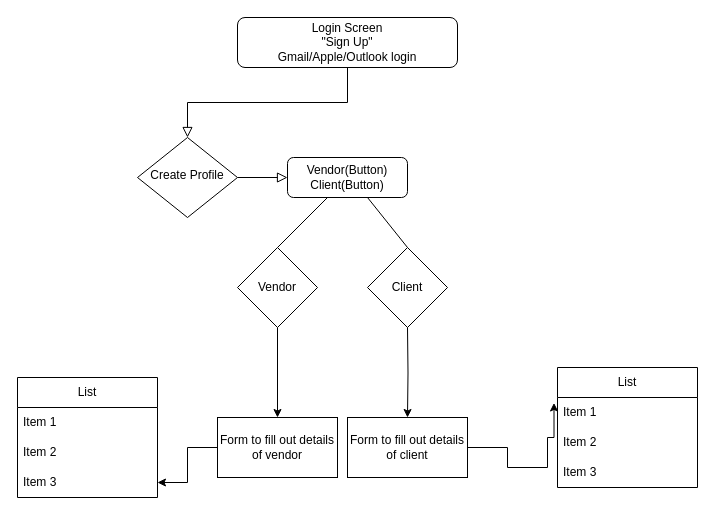
Above: Untitled Diagram.drawio in Silentox/Vendorgram (draw.io), before the change. Source tidied: cells renumbered, new cells numbered last; positions are measured from the earlier drawing's top-left corner, leaving out a move shared by most shapes. Both pictures are drawn from the tidied source at 100%, with x=0, y=0 at pixel (17, 17).
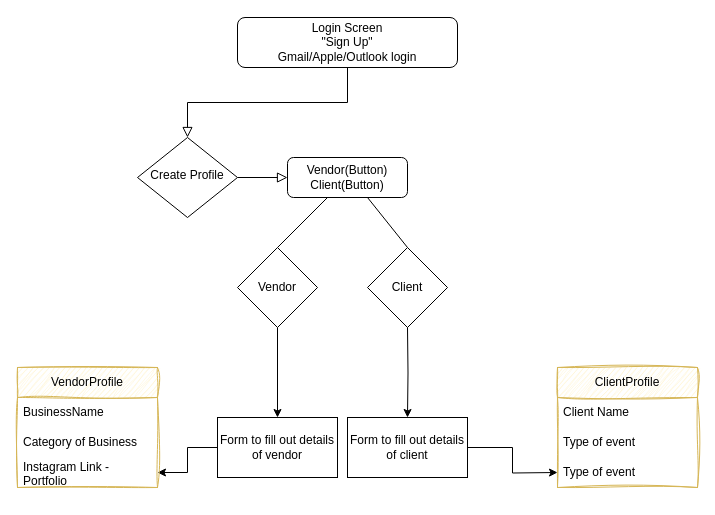
The same page after the edit.

The change refers to these unchanged cells:
```xml
<mxCell id="13" value="Form to fill out details of vendor" style="whiteSpace=wrap;html=1;" parent="1" vertex="1">
  <mxGeometry x="200" y="400" width="120" height="60" as="geometry" />
</mxCell>
<mxCell id="19" value="Form to fill out details of client" style="whiteSpace=wrap;html=1;" parent="1" vertex="1">
  <mxGeometry x="330" y="400" width="120" height="60" as="geometry" />
</mxCell>
```

Change to the diagram source:
```diff
@@
-    <mxCell id="12" style="edgeStyle=orthogonalEdgeStyle;rounded=0;jettySize=auto;html=1;" parent="1" edge="1" source="13" target="17">
-      <mxGeometry relative="1" as="geometry" />
-    </mxCell>
+    <mxCell id="25" style="edgeStyle=orthogonalEdgeStyle;rounded=0;jettySize=auto;html=1;" parent="1" edge="1" source="13" target="31">
+      <mxGeometry relative="1" as="geometry" />
+    </mxCell>
@@
-    <mxCell id="14" value="List" style="swimlane;fontStyle=0;horizontal=1;startSize=30;whiteSpace=wrap;html=1;" parent="1" vertex="1">
-      <mxGeometry y="360" width="140" height="120" as="geometry" />
-    </mxCell>
-    <mxCell id="15" value="Item 1" style="text;strokeColor=none;fillColor=none;align=left;verticalAlign=middle;spacingLeft=4;spacingRight=4;overflow=hidden;whiteSpace=wrap;html=1;" parent="14" vertex="1">
-      <mxGeometry y="30" width="140" height="30" as="geometry" />
-    </mxCell>
-    <mxCell id="16" value="Item 2" style="text;strokeColor=none;fillColor=none;align=left;verticalAlign=middle;spacingLeft=4;spacingRight=4;overflow=hidden;whiteSpace=wrap;html=1;" parent="14" vertex="1">
-      <mxGeometry y="60" width="140" height="30" as="geometry" />
-    </mxCell>
-    <mxCell id="17" value="Item 3" style="text;strokeColor=none;fillColor=none;align=left;verticalAlign=middle;spacingLeft=4;spacingRight=4;overflow=hidden;points=[[0,0.5],[1,0.5]];portConstraint=eastwest;whiteSpace=wrap;html=1;" parent="14" vertex="1">
-      <mxGeometry y="90" width="140" height="30" as="geometry" />
-    </mxCell>
@@
+    <mxCell id="26" style="edgeStyle=orthogonalEdgeStyle;rounded=0;jettySize=auto;html=1;" parent="1" edge="1" source="19">
+      <mxGeometry relative="1" as="geometry">
+        <mxPoint x="540" y="455" as="targetPoint" />
+      </mxGeometry>
+    </mxCell>
@@
-    <mxCell id="20" style="edgeStyle=orthogonalEdgeStyle;rounded=0;jettySize=auto;html=1;exitX=1;exitY=0.5;exitDx=0;exitDy=0;entryX=-0.025;entryY=0.182;entryDx=0;entryDy=0;entryPerimeter=0;" parent="1" edge="1" source="19" target="22">
-      <mxGeometry relative="1" as="geometry">
-        <Array as="points">
-          <mxPoint x="490" y="430" />
-          <mxPoint x="490" y="450" />
-          <mxPoint x="530" y="450" />
-          <mxPoint x="530" y="420" />
-          <mxPoint x="537" y="420" />
-        </Array>
-      </mxGeometry>
-    </mxCell>
-    <mxCell id="21" value="List" style="swimlane;fontStyle=0;horizontal=1;startSize=30;whiteSpace=wrap;html=1;" parent="1" vertex="1">
+    <mxCell id="21" value="ClientProfile" style="swimlane;fontStyle=0;horizontal=1;startSize=30;whiteSpace=wrap;html=1;fillColor=#fff2cc;strokeColor=#d6b656;shadow=0;sketch=1;curveFitting=1;jiggle=2;" parent="1" vertex="1">
       <mxGeometry x="540" y="350" width="140" height="120" as="geometry" />
     </mxCell>
-    <mxCell id="22" value="Item 1" style="text;strokeColor=none;fillColor=none;align=left;verticalAlign=middle;spacingLeft=4;spacingRight=4;overflow=hidden;points=[[0,0.5],[1,0.5]];portConstraint=eastwest;whiteSpace=wrap;html=1;" parent="21" vertex="1">
+    <mxCell id="22" value="Client Name&amp;nbsp;" style="text;strokeColor=none;fillColor=none;align=left;verticalAlign=middle;spacingLeft=4;spacingRight=4;overflow=hidden;points=[[0,0.5],[1,0.5]];portConstraint=eastwest;whiteSpace=wrap;html=1;" parent="21" vertex="1">
       <mxGeometry y="30" width="140" height="30" as="geometry" />
     </mxCell>
-    <mxCell id="23" value="Item 2" style="text;strokeColor=none;fillColor=none;align=left;verticalAlign=middle;spacingLeft=4;spacingRight=4;overflow=hidden;whiteSpace=wrap;html=1;" parent="21" vertex="1">
+    <mxCell id="23" value="Type of event" style="text;strokeColor=none;fillColor=none;align=left;verticalAlign=middle;spacingLeft=4;spacingRight=4;overflow=hidden;whiteSpace=wrap;html=1;" parent="21" vertex="1">
       <mxGeometry y="60" width="140" height="30" as="geometry" />
     </mxCell>
-    <mxCell id="24" value="Item 3" style="text;strokeColor=none;fillColor=none;align=left;verticalAlign=middle;spacingLeft=4;spacingRight=4;overflow=hidden;whiteSpace=wrap;html=1;" parent="21" vertex="1">
-      <mxGeometry y="90" width="140" height="30" as="geometry" />
-    </mxCell>
+    <mxCell id="27" value="Type of event" style="text;strokeColor=none;fillColor=none;align=left;verticalAlign=middle;spacingLeft=4;spacingRight=4;overflow=hidden;whiteSpace=wrap;html=1;" parent="21" vertex="1">
+      <mxGeometry y="90" width="140" height="30" as="geometry" />
+    </mxCell>
+    <mxCell id="28" value="VendorProfile" style="swimlane;fontStyle=0;horizontal=1;startSize=30;whiteSpace=wrap;html=1;sketch=1;curveFitting=1;jiggle=2;fillColor=#fff2cc;strokeColor=#d6b656;" parent="1" vertex="1">
+      <mxGeometry y="350" width="140" height="120" as="geometry" />
+    </mxCell>
+    <mxCell id="29" value="BusinessName" style="text;strokeColor=none;fillColor=none;align=left;verticalAlign=middle;spacingLeft=4;spacingRight=4;overflow=hidden;whiteSpace=wrap;html=1;" parent="28" vertex="1">
+      <mxGeometry y="30" width="140" height="30" as="geometry" />
+    </mxCell>
+    <mxCell id="30" value="Category of Business" style="text;strokeColor=none;fillColor=none;align=left;verticalAlign=middle;spacingLeft=4;spacingRight=4;overflow=hidden;whiteSpace=wrap;html=1;sketch=1;curveFitting=1;jiggle=2;" parent="28" vertex="1">
+      <mxGeometry y="60" width="140" height="30" as="geometry" />
+    </mxCell>
+    <mxCell id="31" value="Instagram Link - Portfolio" style="text;strokeColor=none;fillColor=none;align=left;verticalAlign=middle;spacingLeft=4;spacingRight=4;overflow=hidden;points=[[0,0.5],[1,0.5]];portConstraint=eastwest;whiteSpace=wrap;html=1;" parent="28" vertex="1">
+      <mxGeometry y="90" width="140" height="30" as="geometry" />
+    </mxCell>
```
